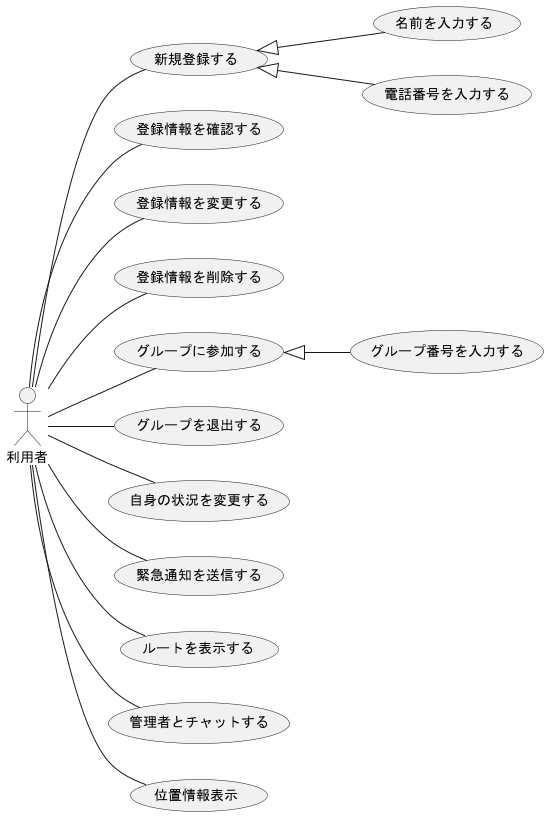
Above: out/F_usecase_user/ユースケース.png in ksw2270227/GroupF (PlantUML), before the change. Its diagram source:
```plantuml
@startuml ユースケース

left to right direction
actor 利用者

利用者 -- (新規登録する)
利用者 -- (登録情報を確認する)
利用者 -- (登録情報を変更する)
利用者 -- (登録情報を削除する)
利用者 -- (グループに参加する)
利用者 -- (グループを退出する)
利用者 -- (自身の状況を変更する)
利用者 -- (緊急通知を送信する)
利用者 -- (ルートを表示する)
利用者 -- (管理者とチャットする)
利用者 -- (位置情報表示)


(新規登録する) <|-- (名前を入力する)
(新規登録する) <|-- (電話番号を入力する)

(グループに参加する) <|-- (グループ番号を入力する)

@enduml
```
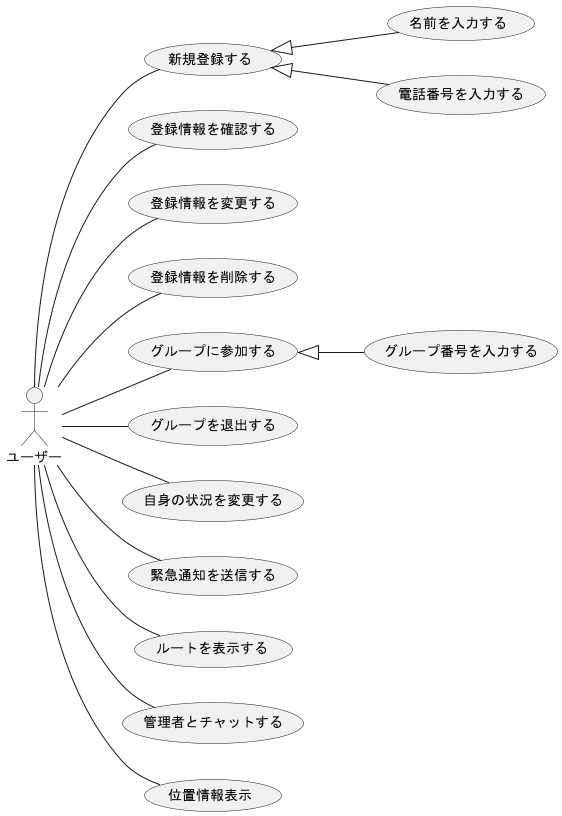
Above is the later version.

What changed in the source:
```diff
@@ -1,19 +1,19 @@
 @startuml ユースケース
 
 left to right direction
-actor 利用者
+actor ユーザー
 
-利用者 -- (新規登録する)
-利用者 -- (登録情報を確認する)
-利用者 -- (登録情報を変更する)
-利用者 -- (登録情報を削除する)
-利用者 -- (グループに参加する)
-利用者 -- (グループを退出する)
-利用者 -- (自身の状況を変更する)
-利用者 -- (緊急通知を送信する)
-利用者 -- (ルートを表示する)
-利用者 -- (管理者とチャットする)
-利用者 -- (位置情報表示)
+ユーザー -- (新規登録する)
+ユーザー -- (登録情報を確認する)
+ユーザー -- (登録情報を変更する)
+ユーザー -- (登録情報を削除する)
+ユーザー -- (グループに参加する)
+ユーザー -- (グループを退出する)
+ユーザー -- (自身の状況を変更する)
+ユーザー -- (緊急通知を送信する)
+ユーザー -- (ルートを表示する)
+ユーザー -- (管理者とチャットする)
+ユーザー -- (位置情報表示)
 
 
 (新規登録する) <|-- (名前を入力する)
```
